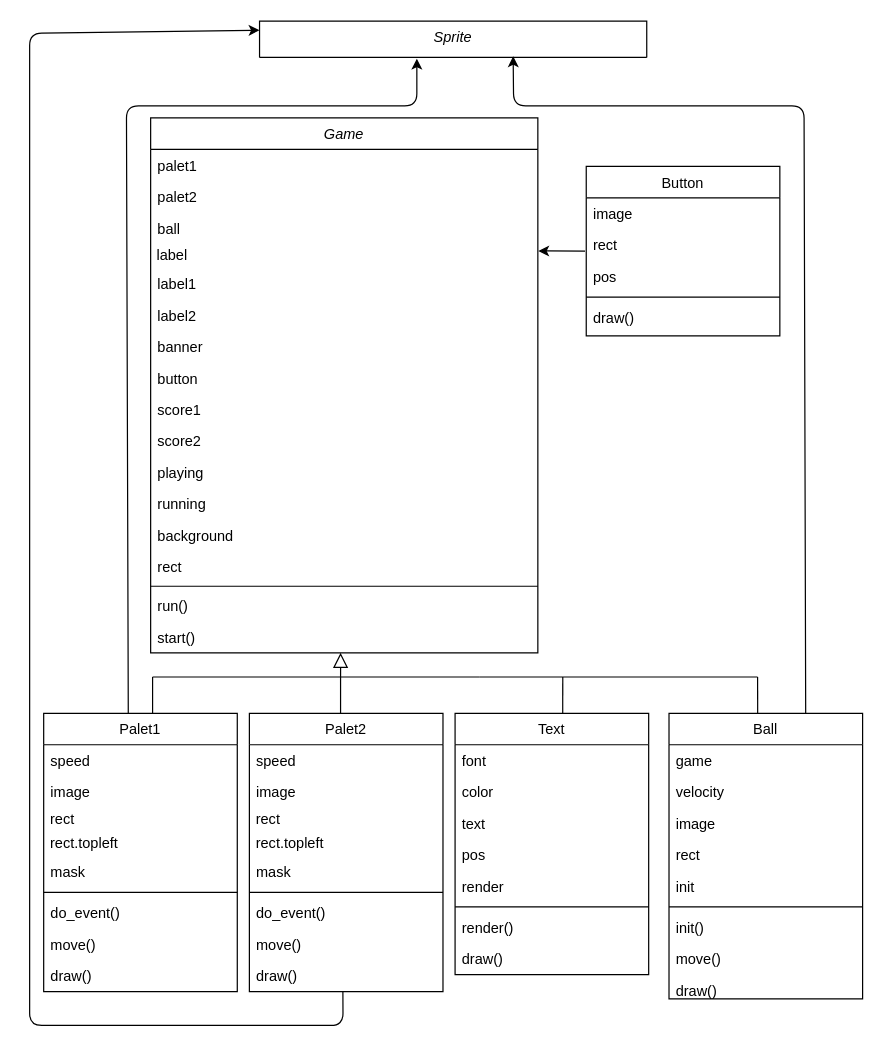
This is game /Untitled Diagram.drawio from Louna2301/oc20-, a draw.io file, before an edit. Source tidied: cells renumbered, new cells numbered last; positions are measured from the earlier drawing's top-left corner, leaving out a move shared by most shapes. Both pictures are drawn from the tidied source at 121%, with x=0, y=0 at pixel (29, 21).
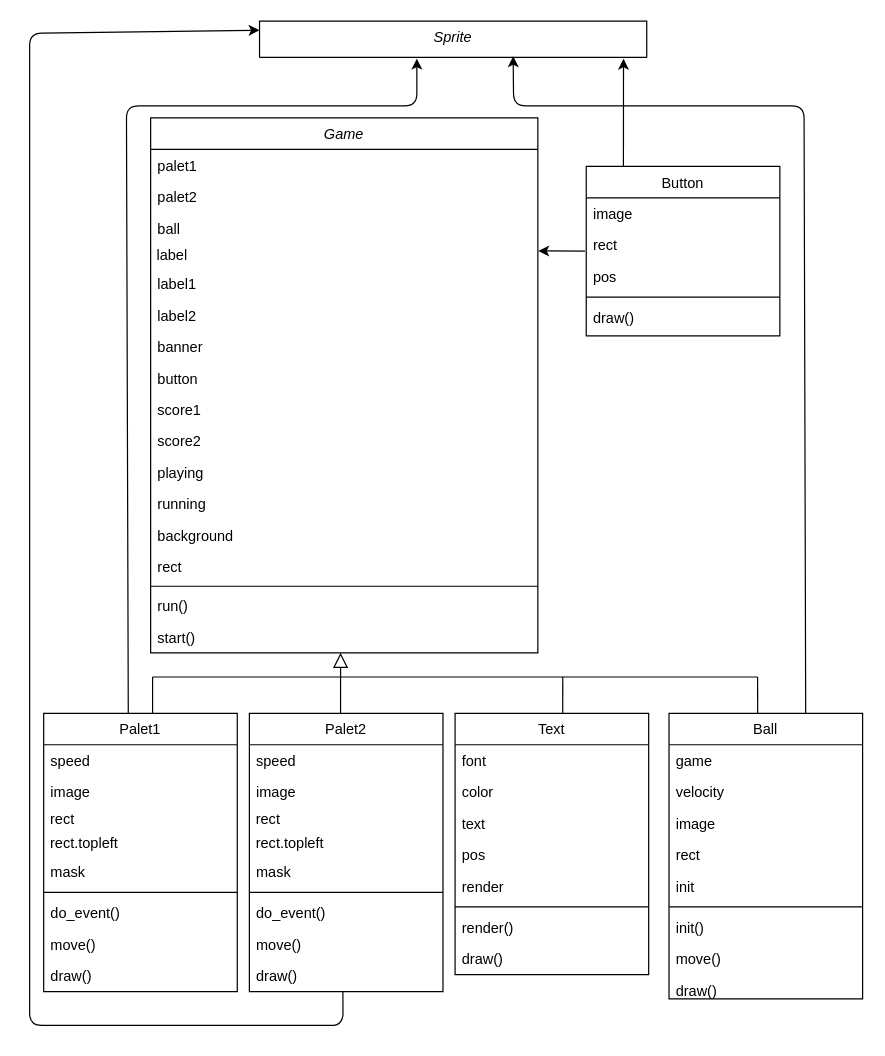
Above is the later version.

Unchanged cells that the change refers to:
```xml
<mxCell id="57" value="Sprite" style="swimlane;fontStyle=2;align=center;verticalAlign=top;horizontal=1;startSize=30;rounded=0;shadow=0;strokeWidth=1;" parent="1" vertex="1">
  <mxGeometry x="190" width="320" height="30" as="geometry" />
</mxCell>
<mxCell id="69" value="Button" style="swimlane;fontStyle=0;align=center;verticalAlign=top;horizontal=1;startSize=26;rounded=0;shadow=0;strokeWidth=1;" parent="1" vertex="1">
  <mxGeometry x="460" y="120" width="160" height="140" as="geometry" />
</mxCell>
```

The edit, as a diff of the source:
```diff
@@
+    <mxCell id="76" style="endArrow=classic;html=1;entryX=0.94;entryY=1.036;entryDx=0;entryDy=0;entryPerimeter=0;exitX=0.192;exitY=0;exitDx=0;exitDy=0;exitPerimeter=0;" parent="1" edge="1" source="69" target="57">
+      <mxGeometry relative="1" as="geometry" />
+    </mxCell>
```
